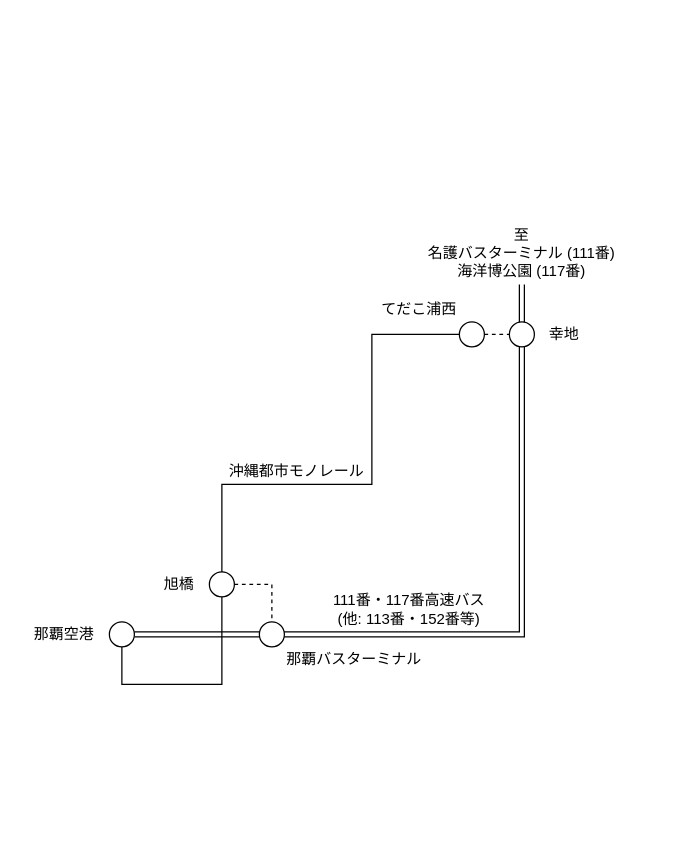
Earlier version of the draw.io diagram page "旭橋～てだこ浦西" (1 of 6) of routes.drawio (nnm-t/techniques-to-escape-from-dead-end-lines-2). Source tidied: cells renumbered, new cells numbered last; positions are measured from the earlier drawing's top-left corner, leaving out a move shared by most shapes. Both pictures are drawn from the tidied source at 125%, with x=0, y=0 at pixel (21, 221).
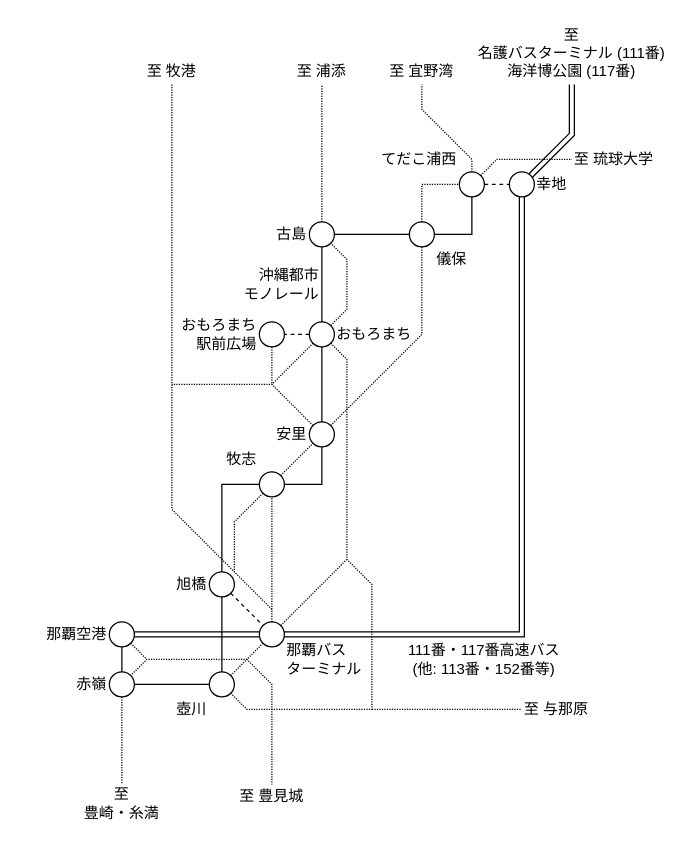
Above is the later version.

Unchanged cells that the change refers to:
```xml
<mxCell id="4" style="ellipse;whiteSpace=wrap;html=1;" parent="1" vertex="1">
  <mxGeometry x="150" y="280" width="20" height="20" as="geometry" />
</mxCell>
<mxCell id="9" style="ellipse;whiteSpace=wrap;html=1;" parent="1" vertex="1">
  <mxGeometry x="70" y="320" width="20" height="20" as="geometry" />
</mxCell>
<mxCell id="10" style="ellipse;whiteSpace=wrap;html=1;" parent="1" vertex="1">
  <mxGeometry x="190" y="320" width="20" height="20" as="geometry" />
</mxCell>
```

What changed in the source:
```diff
@@
-    <mxCell id="2" style="endArrow=none;html=1;rounded=0;entryX=0;entryY=0.5;entryDx=0;entryDy=0;exitX=0.5;exitY=1;exitDx=0;exitDy=0;" parent="1" edge="1" source="9" target="7">
-      <mxGeometry relative="1" as="geometry">
-        <Array as="points">
-          <mxPoint x="80" y="370" />
-          <mxPoint x="160" y="370" />
-          <mxPoint x="160" y="210" />
-          <mxPoint x="280" y="210" />
-          <mxPoint x="280" y="90" />
-        </Array>
-      </mxGeometry>
-    </mxCell>
-    <mxCell id="3" style="edgeStyle=orthogonalEdgeStyle;rounded=0;jettySize=auto;html=1;exitX=1;exitY=0.5;exitDx=0;exitDy=0;entryX=0.5;entryY=0;entryDx=0;entryDy=0;dashed=1;endArrow=none;endFill=0;" parent="1" edge="1" source="4" target="10">
+    <mxCell id="3" style="rounded=0;jettySize=auto;html=1;exitX=1;exitY=1;exitDx=0;exitDy=0;entryX=0;entryY=0;entryDx=0;entryDy=0;dashed=1;endArrow=none;endFill=0;" parent="1" edge="1" source="4" target="10">
       <mxGeometry relative="1" as="geometry" />
     </mxCell>
+    <mxCell id="19" style="edgeStyle=none;rounded=0;jettySize=auto;html=1;exitX=0.5;exitY=1;exitDx=0;exitDy=0;entryX=0.5;entryY=0;entryDx=0;entryDy=0;endArrow=none;endFill=0;strokeWidth=1;" parent="1" edge="1" source="4" target="29">
+      <mxGeometry relative="1" as="geometry" />
+    </mxCell>
@@
-    <mxCell id="5" style="endArrow=none;html=1;rounded=0;exitX=1;exitY=0.5;exitDx=0;exitDy=0;shape=link;" parent="1" edge="1" source="9">
+    <mxCell id="5" style="endArrow=none;html=1;rounded=0;exitX=1;exitY=0.5;exitDx=0;exitDy=0;shape=link;entryX=0.5;entryY=1;entryDx=0;entryDy=0;" parent="1" edge="1" source="9" target="8">
       <mxGeometry relative="1" as="geometry">
-        <mxPoint x="400" y="50" as="targetPoint" />
         <Array as="points">
           <mxPoint x="200" y="330" />
           <mxPoint x="400" y="330" />
         </Array>
       </mxGeometry>
     </mxCell>
@@
+    <mxCell id="20" style="edgeStyle=none;rounded=0;jettySize=auto;html=1;exitX=1;exitY=0;exitDx=0;exitDy=0;endArrow=none;endFill=0;strokeWidth=1;dashed=1;dashPattern=1 1;entryX=0;entryY=0.5;entryDx=0;entryDy=0;" parent="1" edge="1" source="7" target="70">
+      <mxGeometry relative="1" as="geometry">
+        <Array as="points">
+          <mxPoint x="380" y="-50" />
+        </Array>
+      </mxGeometry>
+    </mxCell>
+    <mxCell id="21" style="edgeStyle=none;rounded=0;jettySize=auto;html=1;exitX=0.5;exitY=0;exitDx=0;exitDy=0;dashed=1;dashPattern=1 1;endArrow=none;endFill=0;strokeWidth=1;" parent="1" edge="1" source="7">
+      <mxGeometry relative="1" as="geometry">
+        <mxPoint x="320" y="-110" as="targetPoint" />
+        <Array as="points">
+          <mxPoint x="360" y="-50" />
+          <mxPoint x="320" y="-90" />
+        </Array>
+      </mxGeometry>
+    </mxCell>
     <mxCell id="7" style="ellipse;whiteSpace=wrap;html=1;" parent="1" vertex="1">
-      <mxGeometry x="350" y="80" width="20" height="20" as="geometry" />
+      <mxGeometry x="350" y="-40" width="20" height="20" as="geometry" />
     </mxCell>
+    <mxCell id="22" style="edgeStyle=none;rounded=0;jettySize=auto;html=1;entryX=0.5;entryY=1;entryDx=0;entryDy=0;endArrow=none;endFill=0;strokeWidth=1;shape=link;exitX=1;exitY=0;exitDx=0;exitDy=0;" parent="1" edge="1" source="8" target="16">
+      <mxGeometry relative="1" as="geometry">
+        <Array as="points">
+          <mxPoint x="440" y="-70" />
+        </Array>
+      </mxGeometry>
+    </mxCell>
     <mxCell id="8" style="ellipse;whiteSpace=wrap;html=1;" parent="1" vertex="1">
-      <mxGeometry x="390" y="80" width="20" height="20" as="geometry" />
+      <mxGeometry x="390" y="-40" width="20" height="20" as="geometry" />
     </mxCell>
+    <mxCell id="23" style="edgeStyle=none;rounded=0;jettySize=auto;html=1;exitX=1;exitY=1;exitDx=0;exitDy=0;endArrow=none;endFill=0;strokeWidth=1;dashed=1;dashPattern=1 1;" parent="1" edge="1" source="9">
+      <mxGeometry relative="1" as="geometry">
+        <mxPoint x="100" y="350" as="targetPoint" />
+      </mxGeometry>
+    </mxCell>
@@
+    <mxCell id="24" style="edgeStyle=none;rounded=0;jettySize=auto;html=1;exitX=0;exitY=1;exitDx=0;exitDy=0;entryX=1;entryY=0;entryDx=0;entryDy=0;endArrow=none;endFill=0;strokeWidth=1;dashed=1;dashPattern=1 1;" parent="1" edge="1" source="10" target="32">
+      <mxGeometry relative="1" as="geometry">
+        <Array as="points">
+          <mxPoint x="180" y="350" />
+          <mxPoint x="100" y="350" />
+        </Array>
+      </mxGeometry>
+    </mxCell>
+    <mxCell id="25" style="edgeStyle=none;rounded=0;jettySize=auto;html=1;exitX=0.5;exitY=0;exitDx=0;exitDy=0;entryX=0.5;entryY=1;entryDx=0;entryDy=0;dashed=1;dashPattern=1 1;endArrow=none;endFill=0;strokeWidth=1;" parent="1" edge="1" source="10" target="40">
+      <mxGeometry relative="1" as="geometry" />
+    </mxCell>
+    <mxCell id="26" style="edgeStyle=none;rounded=0;jettySize=auto;html=1;exitX=1;exitY=0;exitDx=0;exitDy=0;dashed=1;dashPattern=1 1;endArrow=none;endFill=0;strokeWidth=1;" parent="1" edge="1" source="10">
+      <mxGeometry relative="1" as="geometry">
+        <mxPoint x="260" y="270" as="targetPoint" />
+      </mxGeometry>
+    </mxCell>
@@
-    <mxCell id="11" value="那覇バスターミナル" style="text;html=1;strokeColor=none;fillColor=none;align=left;verticalAlign=middle;whiteSpace=wrap;rounded=0;" parent="1" vertex="1">
-      <mxGeometry x="210" y="340" width="120" height="20" as="geometry" />
+    <mxCell id="11" value="那覇バス&lt;br&gt;ターミナル" style="text;html=1;strokeColor=none;fillColor=none;align=left;verticalAlign=middle;whiteSpace=wrap;rounded=0;" parent="1" vertex="1">
+      <mxGeometry x="210" y="330" width="80" height="40" as="geometry" />
     </mxCell>
     <mxCell id="12" value="那覇空港" style="text;html=1;strokeColor=none;fillColor=none;align=right;verticalAlign=middle;whiteSpace=wrap;rounded=0;" parent="1" vertex="1">
-      <mxGeometry y="320" width="60" height="20" as="geometry" />
+      <mxGeometry x="10" y="320" width="60" height="20" as="geometry" />
     </mxCell>
     <mxCell id="13" value="旭橋" style="text;html=1;strokeColor=none;fillColor=none;align=right;verticalAlign=middle;whiteSpace=wrap;rounded=0;" parent="1" vertex="1">
-      <mxGeometry x="100" y="280" width="40" height="20" as="geometry" />
+      <mxGeometry x="110" y="280" width="40" height="20" as="geometry" />
     </mxCell>
     <mxCell id="14" value="てだこ浦西" style="text;html=1;strokeColor=none;fillColor=none;align=right;verticalAlign=middle;whiteSpace=wrap;rounded=0;" parent="1" vertex="1">
-      <mxGeometry x="270" y="60" width="80" height="20" as="geometry" />
+      <mxGeometry x="270" y="-60" width="80" height="20" as="geometry" />
     </mxCell>
     <mxCell id="15" value="幸地" style="text;html=1;strokeColor=none;fillColor=none;align=left;verticalAlign=middle;whiteSpace=wrap;rounded=0;" parent="1" vertex="1">
-      <mxGeometry x="420" y="80" width="40" height="20" as="geometry" />
+      <mxGeometry x="410" y="-40" width="40" height="20" as="geometry" />
     </mxCell>
     <mxCell id="16" value="至&lt;br&gt;名護バスターミナル (111番)&lt;br&gt;海洋博公園 (117番)" style="text;html=1;strokeColor=none;fillColor=none;align=center;verticalAlign=middle;whiteSpace=wrap;rounded=0;" parent="1" vertex="1">
-      <mxGeometry x="320" width="160" height="50" as="geometry" />
+      <mxGeometry x="360" y="-160" width="160" height="50" as="geometry" />
     </mxCell>
     <mxCell id="17" value="111番・117番高速バス&lt;br&gt;(他: 113番・152番等)" style="text;html=1;strokeColor=none;fillColor=none;align=center;verticalAlign=middle;whiteSpace=wrap;rounded=0;" parent="1" vertex="1">
-      <mxGeometry x="240" y="290" width="140" height="40" as="geometry" />
+      <mxGeometry x="300" y="330" width="140" height="40" as="geometry" />
     </mxCell>
-    <mxCell id="18" value="沖縄都市モノレール" style="text;html=1;strokeColor=none;fillColor=none;align=center;verticalAlign=middle;whiteSpace=wrap;rounded=0;" parent="1" vertex="1">
-      <mxGeometry x="160" y="190" width="120" height="20" as="geometry" />
+    <mxCell id="18" value="沖縄都市&lt;br&gt;モノレール" style="text;html=1;strokeColor=none;fillColor=none;align=right;verticalAlign=middle;whiteSpace=wrap;rounded=0;" parent="1" vertex="1">
+      <mxGeometry x="160" y="30" width="80" height="40" as="geometry" />
     </mxCell>
+    <mxCell id="27" style="edgeStyle=none;rounded=0;jettySize=auto;html=1;exitX=0;exitY=0.5;exitDx=0;exitDy=0;entryX=1;entryY=0.5;entryDx=0;entryDy=0;endArrow=none;endFill=0;strokeWidth=1;" parent="1" edge="1" source="29" target="32">
+      <mxGeometry relative="1" as="geometry" />
+    </mxCell>
+    <mxCell id="28" style="edgeStyle=none;rounded=0;jettySize=auto;html=1;exitX=1;exitY=0;exitDx=0;exitDy=0;dashed=1;dashPattern=1 1;endArrow=none;endFill=0;strokeWidth=1;" parent="1" edge="1" source="29">
+      <mxGeometry relative="1" as="geometry">
+        <mxPoint x="200" y="450" as="targetPoint" />
+        <Array as="points">
+          <mxPoint x="180" y="350" />
+          <mxPoint x="200" y="370" />
+        </Array>
+      </mxGeometry>
+    </mxCell>
+    <mxCell id="29" style="ellipse;whiteSpace=wrap;html=1;" parent="1" vertex="1">
+      <mxGeometry x="150" y="360" width="20" height="20" as="geometry" />
+    </mxCell>
+    <mxCell id="30" style="edgeStyle=none;rounded=0;jettySize=auto;html=1;exitX=0.5;exitY=0;exitDx=0;exitDy=0;entryX=0.5;entryY=1;entryDx=0;entryDy=0;endArrow=none;endFill=0;strokeWidth=1;" parent="1" edge="1" source="32" target="9">
+      <mxGeometry relative="1" as="geometry" />
+    </mxCell>
+    <mxCell id="31" style="edgeStyle=none;rounded=0;jettySize=auto;html=1;exitX=0.5;exitY=1;exitDx=0;exitDy=0;dashed=1;dashPattern=1 1;endArrow=none;endFill=0;strokeWidth=1;" parent="1" edge="1" source="32">
+      <mxGeometry relative="1" as="geometry">
+        <mxPoint x="80" y="450" as="targetPoint" />
+      </mxGeometry>
+    </mxCell>
+    <mxCell id="32" style="ellipse;whiteSpace=wrap;html=1;" parent="1" vertex="1">
+      <mxGeometry x="70" y="360" width="20" height="20" as="geometry" />
+    </mxCell>
+    <mxCell id="33" value="壺川" style="text;html=1;strokeColor=none;fillColor=none;align=right;verticalAlign=middle;whiteSpace=wrap;rounded=0;" parent="1" vertex="1">
+      <mxGeometry x="110" y="380" width="40" height="20" as="geometry" />
+    </mxCell>
+    <mxCell id="34" value="赤嶺" style="text;html=1;strokeColor=none;fillColor=none;align=right;verticalAlign=middle;whiteSpace=wrap;rounded=0;" parent="1" vertex="1">
+      <mxGeometry x="30" y="360" width="40" height="20" as="geometry" />
+    </mxCell>
+    <mxCell id="35" value="至&lt;br&gt;豊崎・糸満" style="text;html=1;strokeColor=none;fillColor=none;align=center;verticalAlign=middle;whiteSpace=wrap;rounded=0;" parent="1" vertex="1">
+      <mxGeometry x="40" y="450" width="80" height="30" as="geometry" />
+    </mxCell>
+    <mxCell id="36" style="edgeStyle=none;rounded=0;jettySize=auto;html=1;entryX=0;entryY=0.5;entryDx=0;entryDy=0;endArrow=none;endFill=0;strokeWidth=1;exitX=0.5;exitY=0;exitDx=0;exitDy=0;" parent="1" edge="1" source="4" target="40">
+      <mxGeometry relative="1" as="geometry">
+        <Array as="points">
+          <mxPoint x="160" y="210" />
+        </Array>
+      </mxGeometry>
+    </mxCell>
+    <mxCell id="37" style="edgeStyle=none;rounded=0;jettySize=auto;html=1;exitX=1;exitY=0.5;exitDx=0;exitDy=0;entryX=0.5;entryY=1;entryDx=0;entryDy=0;endArrow=none;endFill=0;strokeWidth=1;" parent="1" edge="1" source="40" target="43">
+      <mxGeometry relative="1" as="geometry">
+        <Array as="points">
+          <mxPoint x="240" y="210" />
+        </Array>
+      </mxGeometry>
+    </mxCell>
+    <mxCell id="38" style="edgeStyle=none;rounded=0;jettySize=auto;html=1;exitX=1;exitY=0;exitDx=0;exitDy=0;entryX=0;entryY=1;entryDx=0;entryDy=0;dashed=1;dashPattern=1 1;endArrow=none;endFill=0;strokeWidth=1;" parent="1" edge="1" source="40" target="43">
+      <mxGeometry relative="1" as="geometry" />
+    </mxCell>
+    <mxCell id="39" style="edgeStyle=none;rounded=0;jettySize=auto;html=1;exitX=0;exitY=1;exitDx=0;exitDy=0;dashed=1;dashPattern=1 1;endArrow=none;endFill=0;strokeWidth=1;" parent="1" edge="1" source="40">
+      <mxGeometry relative="1" as="geometry">
+        <mxPoint x="170" y="280" as="targetPoint" />
+        <Array as="points">
+          <mxPoint x="170" y="240" />
+        </Array>
+      </mxGeometry>
+    </mxCell>
+    <mxCell id="40" style="ellipse;whiteSpace=wrap;html=1;" parent="1" vertex="1">
+      <mxGeometry x="190" y="200" width="20" height="20" as="geometry" />
+    </mxCell>
+    <mxCell id="41" style="edgeStyle=none;rounded=0;jettySize=auto;html=1;exitX=0;exitY=0;exitDx=0;exitDy=0;endArrow=none;endFill=0;strokeWidth=1;dashed=1;dashPattern=1 1;" parent="1" edge="1" source="43">
+      <mxGeometry relative="1" as="geometry">
+        <mxPoint x="120" y="130" as="targetPoint" />
+        <Array as="points">
+          <mxPoint x="200" y="130" />
+        </Array>
+      </mxGeometry>
+    </mxCell>
+    <mxCell id="42" style="edgeStyle=none;rounded=0;jettySize=auto;html=1;exitX=1;exitY=0;exitDx=0;exitDy=0;dashed=1;dashPattern=1 1;endArrow=none;endFill=0;strokeWidth=1;entryX=0.5;entryY=1;entryDx=0;entryDy=0;" parent="1" edge="1" source="43" target="56">
+      <mxGeometry relative="1" as="geometry">
+        <Array as="points">
+          <mxPoint x="320" y="90" />
+        </Array>
+      </mxGeometry>
+    </mxCell>
+    <mxCell id="43" style="ellipse;whiteSpace=wrap;html=1;" parent="1" vertex="1">
+      <mxGeometry x="230" y="160" width="20" height="20" as="geometry" />
+    </mxCell>
+    <mxCell id="44" style="edgeStyle=none;rounded=0;jettySize=auto;html=1;exitX=1;exitY=1;exitDx=0;exitDy=0;dashed=1;dashPattern=1 1;endArrow=none;endFill=0;strokeWidth=1;entryX=1;entryY=1;entryDx=0;entryDy=0;" parent="1" edge="1" source="50" target="29">
+      <mxGeometry relative="1" as="geometry">
+        <Array as="points">
+          <mxPoint x="260" y="110" />
+          <mxPoint x="260" y="270" />
+          <mxPoint x="280" y="290" />
+          <mxPoint x="280" y="390" />
+          <mxPoint x="180" y="390" />
+        </Array>
+      </mxGeometry>
+    </mxCell>
+    <mxCell id="45" style="edgeStyle=none;rounded=0;jettySize=auto;html=1;exitX=0.5;exitY=1;exitDx=0;exitDy=0;entryX=0.5;entryY=0;entryDx=0;entryDy=0;endArrow=none;endFill=0;strokeWidth=1;" parent="1" edge="1" source="50" target="43">
+      <mxGeometry relative="1" as="geometry" />
+    </mxCell>
+    <mxCell id="46" style="edgeStyle=none;rounded=0;jettySize=auto;html=1;exitX=0.5;exitY=1;exitDx=0;exitDy=0;dashed=1;dashPattern=1 1;endArrow=none;endFill=0;strokeWidth=1;" parent="1" edge="1" source="61">
+      <mxGeometry relative="1" as="geometry">
+        <mxPoint x="200" y="130" as="targetPoint" />
+      </mxGeometry>
+    </mxCell>
+    <mxCell id="47" style="edgeStyle=none;rounded=0;jettySize=auto;html=1;exitX=1;exitY=0;exitDx=0;exitDy=0;entryX=1;entryY=1;entryDx=0;entryDy=0;endArrow=none;endFill=0;strokeWidth=1;dashed=1;dashPattern=1 1;" parent="1" edge="1" source="50" target="60">
+      <mxGeometry relative="1" as="geometry">
+        <Array as="points">
+          <mxPoint x="260" y="70" />
+          <mxPoint x="260" y="30" />
+        </Array>
+      </mxGeometry>
+    </mxCell>
+    <mxCell id="48" style="edgeStyle=none;rounded=0;jettySize=auto;html=1;exitX=0;exitY=1;exitDx=0;exitDy=0;dashed=1;dashPattern=1 1;endArrow=none;endFill=0;strokeWidth=1;" parent="1" edge="1" source="50">
+      <mxGeometry relative="1" as="geometry">
+        <mxPoint x="200" y="130" as="targetPoint" />
+      </mxGeometry>
+    </mxCell>
+    <mxCell id="49" style="edgeStyle=none;rounded=0;jettySize=auto;html=1;exitX=0;exitY=0.5;exitDx=0;exitDy=0;entryX=1;entryY=0.5;entryDx=0;entryDy=0;dashed=1;endArrow=none;endFill=0;strokeWidth=1;" parent="1" edge="1" source="50" target="61">
+      <mxGeometry relative="1" as="geometry" />
+    </mxCell>
+    <mxCell id="50" style="ellipse;whiteSpace=wrap;html=1;" parent="1" vertex="1">
+      <mxGeometry x="230" y="80" width="20" height="20" as="geometry" />
+    </mxCell>
+    <mxCell id="51" style="endArrow=none;html=1;rounded=0;strokeWidth=1;dashed=1;dashPattern=1 1;entryX=0.5;entryY=1;entryDx=0;entryDy=0;" parent="1" edge="1" target="63">
+      <mxGeometry relative="1" as="geometry">
+        <mxPoint x="200" y="310" as="sourcePoint" />
+        <Array as="points">
+          <mxPoint x="120" y="230" />
+        </Array>
+      </mxGeometry>
+    </mxCell>
+    <mxCell id="52" style="endArrow=none;html=1;rounded=0;dashed=1;dashPattern=1 1;strokeWidth=1;" parent="1" edge="1">
+      <mxGeometry relative="1" as="geometry">
+        <mxPoint x="280" y="390" as="sourcePoint" />
+        <mxPoint x="400" y="390" as="targetPoint" />
+      </mxGeometry>
+    </mxCell>
+    <mxCell id="53" value="至 与那原" style="text;html=1;strokeColor=none;fillColor=none;align=left;verticalAlign=middle;whiteSpace=wrap;rounded=0;" parent="1" vertex="1">
+      <mxGeometry x="400" y="380" width="60" height="20" as="geometry" />
+    </mxCell>
+    <mxCell id="54" style="edgeStyle=none;rounded=0;jettySize=auto;html=1;exitX=0.5;exitY=0;exitDx=0;exitDy=0;entryX=0;entryY=0.5;entryDx=0;entryDy=0;dashed=1;dashPattern=1 1;endArrow=none;endFill=0;strokeWidth=1;" parent="1" edge="1" source="56" target="7">
+      <mxGeometry relative="1" as="geometry">
+        <Array as="points">
+          <mxPoint x="320" y="-30" />
+        </Array>
+      </mxGeometry>
+    </mxCell>
+    <mxCell id="55" style="edgeStyle=none;rounded=0;jettySize=auto;html=1;exitX=1;exitY=0.5;exitDx=0;exitDy=0;entryX=0.5;entryY=1;entryDx=0;entryDy=0;endArrow=none;endFill=0;strokeWidth=1;" parent="1" edge="1" source="56" target="7">
+      <mxGeometry relative="1" as="geometry">
+        <Array as="points">
+          <mxPoint x="360" y="10" />
+        </Array>
+      </mxGeometry>
+    </mxCell>
+    <mxCell id="56" style="ellipse;whiteSpace=wrap;html=1;" parent="1" vertex="1">
+      <mxGeometry x="310" width="20" height="20" as="geometry" />
+    </mxCell>
+    <mxCell id="57" style="edgeStyle=none;rounded=0;jettySize=auto;html=1;exitX=1;exitY=0.5;exitDx=0;exitDy=0;entryX=0;entryY=0.5;entryDx=0;entryDy=0;endArrow=none;endFill=0;strokeWidth=1;" parent="1" edge="1" source="60" target="56">
+      <mxGeometry relative="1" as="geometry" />
+    </mxCell>
+    <mxCell id="58" style="edgeStyle=none;rounded=0;jettySize=auto;html=1;exitX=0.5;exitY=1;exitDx=0;exitDy=0;entryX=0.5;entryY=0;entryDx=0;entryDy=0;endArrow=none;endFill=0;strokeWidth=1;" parent="1" edge="1" source="60" target="50">
+      <mxGeometry relative="1" as="geometry">
+        <Array as="points">
+          <mxPoint x="240" y="50" />
+        </Array>
+      </mxGeometry>
+    </mxCell>
+    <mxCell id="59" style="edgeStyle=none;rounded=0;jettySize=auto;html=1;exitX=0.5;exitY=0;exitDx=0;exitDy=0;dashed=1;dashPattern=1 1;endArrow=none;endFill=0;strokeWidth=1;entryX=0.5;entryY=1;entryDx=0;entryDy=0;" parent="1" edge="1" source="60" target="62">
+      <mxGeometry relative="1" as="geometry" />
+    </mxCell>
+    <mxCell id="60" style="ellipse;whiteSpace=wrap;html=1;" parent="1" vertex="1">
+      <mxGeometry x="230" width="20" height="20" as="geometry" />
+    </mxCell>
+    <mxCell id="61" style="ellipse;whiteSpace=wrap;html=1;" parent="1" vertex="1">
+      <mxGeometry x="190" y="80" width="20" height="20" as="geometry" />
+    </mxCell>
+    <mxCell id="62" value="至 浦添" style="text;html=1;strokeColor=none;fillColor=none;align=center;verticalAlign=middle;whiteSpace=wrap;rounded=0;" parent="1" vertex="1">
+      <mxGeometry x="210" y="-130" width="60" height="20" as="geometry" />
+    </mxCell>
+    <mxCell id="63" value="至 牧港" style="text;html=1;strokeColor=none;fillColor=none;align=center;verticalAlign=middle;whiteSpace=wrap;rounded=0;" parent="1" vertex="1">
+      <mxGeometry x="90" y="-130" width="60" height="20" as="geometry" />
+    </mxCell>
+    <mxCell id="64" value="牧志" style="text;html=1;strokeColor=none;fillColor=none;align=right;verticalAlign=middle;whiteSpace=wrap;rounded=0;" parent="1" vertex="1">
+      <mxGeometry x="150" y="180" width="40" height="20" as="geometry" />
+    </mxCell>
+    <mxCell id="65" value="安里" style="text;html=1;strokeColor=none;fillColor=none;align=right;verticalAlign=middle;whiteSpace=wrap;rounded=0;" parent="1" vertex="1">
+      <mxGeometry x="190" y="160" width="40" height="20" as="geometry" />
+    </mxCell>
+    <mxCell id="66" value="おもろまち" style="text;html=1;strokeColor=none;fillColor=none;align=left;verticalAlign=middle;whiteSpace=wrap;rounded=0;" parent="1" vertex="1">
+      <mxGeometry x="250" y="80" width="80" height="20" as="geometry" />
+    </mxCell>
+    <mxCell id="67" value="おもろまち&lt;br&gt;駅前広場" style="text;html=1;strokeColor=none;fillColor=none;align=right;verticalAlign=middle;whiteSpace=wrap;rounded=0;" parent="1" vertex="1">
+      <mxGeometry x="110" y="70" width="80" height="40" as="geometry" />
+    </mxCell>
+    <mxCell id="68" value="古島" style="text;html=1;strokeColor=none;fillColor=none;align=right;verticalAlign=middle;whiteSpace=wrap;rounded=0;" parent="1" vertex="1">
+      <mxGeometry x="190" width="40" height="20" as="geometry" />
+    </mxCell>
+    <mxCell id="69" value="儀保" style="text;html=1;strokeColor=none;fillColor=none;align=left;verticalAlign=middle;whiteSpace=wrap;rounded=0;" parent="1" vertex="1">
+      <mxGeometry x="330" y="20" width="40" height="20" as="geometry" />
+    </mxCell>
+    <mxCell id="70" value="至 琉球大学" style="text;html=1;strokeColor=none;fillColor=none;align=left;verticalAlign=middle;whiteSpace=wrap;rounded=0;" parent="1" vertex="1">
+      <mxGeometry x="440" y="-60" width="80" height="20" as="geometry" />
+    </mxCell>
+    <mxCell id="71" value="至 宜野湾" style="text;html=1;strokeColor=none;fillColor=none;align=center;verticalAlign=middle;whiteSpace=wrap;rounded=0;" parent="1" vertex="1">
+      <mxGeometry x="290" y="-130" width="60" height="20" as="geometry" />
+    </mxCell>
+    <mxCell id="72" value="至 豊見城" style="text;html=1;strokeColor=none;fillColor=none;align=center;verticalAlign=middle;whiteSpace=wrap;rounded=0;" parent="1" vertex="1">
+      <mxGeometry x="170" y="450" width="60" height="20" as="geometry" />
+    </mxCell>
```
